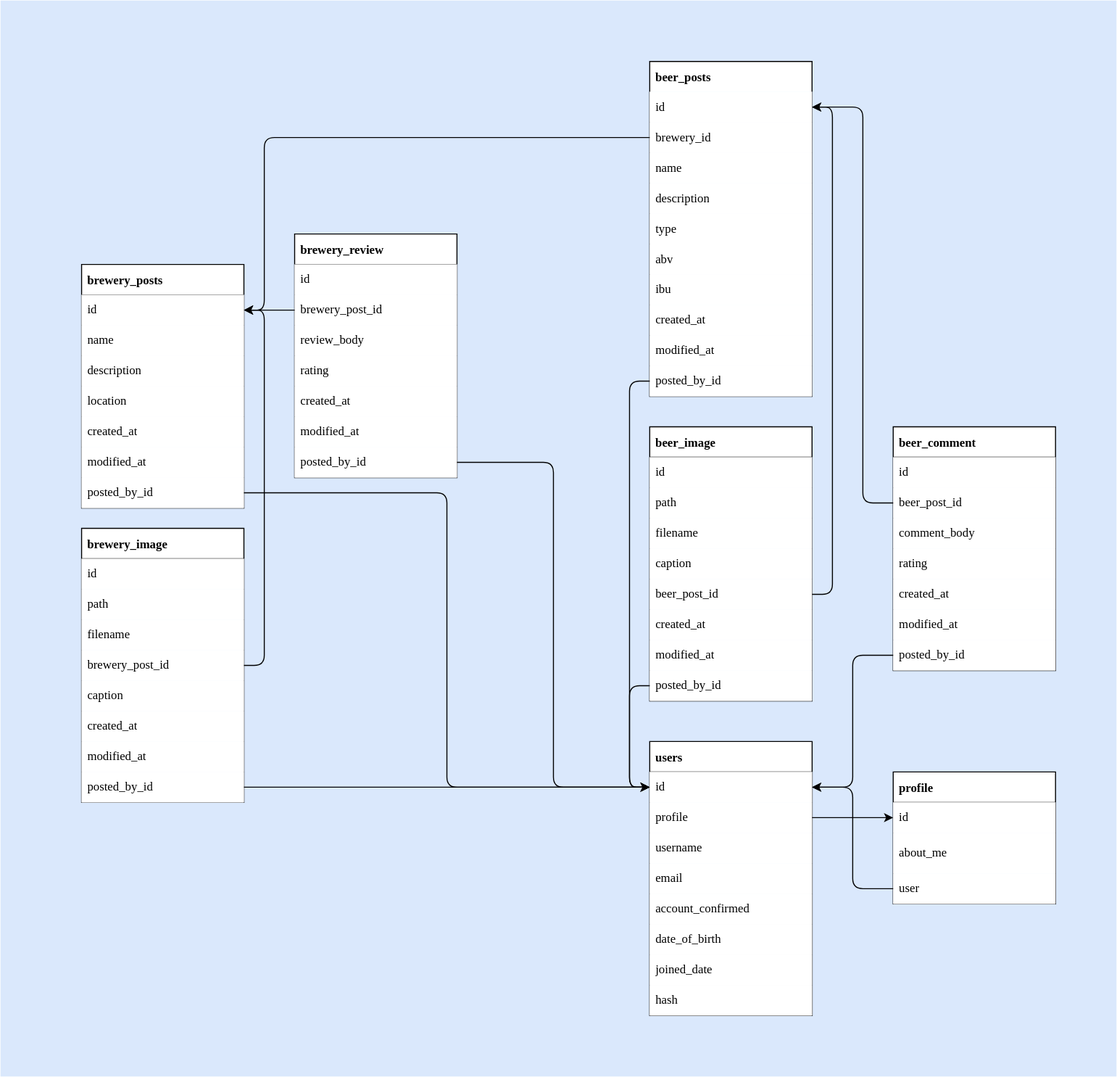
aaronpo97/biergarten-api keeps this draw.io diagram as documentationAssets/biergarten_schema.drawio.svg. Above is the earlier version. Source tidied: cells renumbered, new cells last; positions are measured from the earlier drawing's top-left corner, leaving out a move shared by most shapes.
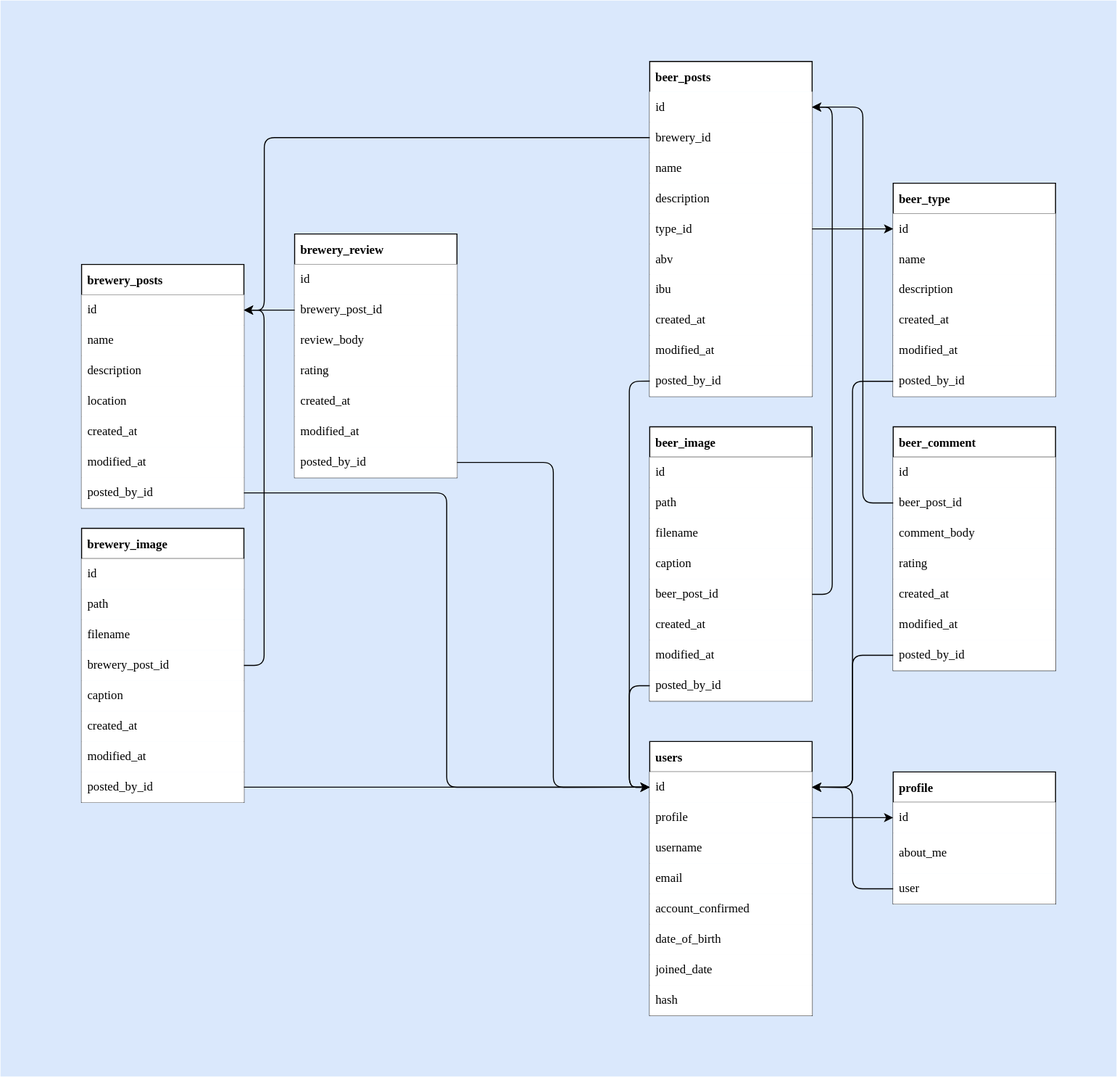
Later version of the same file.

What changed in the source:
```diff
@@ -6,64 +6,64 @@
       <mxGeometry width="1100" height="1060" as="geometry" />
     </mxCell>
     <mxCell id="3" value="beer_posts" style="shape=table;startSize=30;rowLines=0;fontStyle=1;align=left;verticalAlign=middle;spacingLeft=4;fontFamily=Tahoma;swimlaneLine=0;shadow=0;rounded=0;fillColor=default;strokeColor=default;sketch=0;" parent="1" vertex="1">
-      <mxGeometry x="639.9" y="60" width="160" height="330" as="geometry" />
+      <mxGeometry x="639.9" y="60" width="160.1" height="330" as="geometry" />
     </mxCell>
     <mxCell id="4" style="shape=tableRow;horizontal=0;startSize=0;swimlaneHead=0;swimlaneBody=0;top=0;left=0;bottom=0;right=0;align=left;verticalAlign=middle;spacingLeft=4;fontFamily=Tahoma;swimlaneLine=0;" parent="3" vertex="1">
-      <mxGeometry y="30" width="160" height="30" as="geometry" />
+      <mxGeometry y="30" width="160.1" height="30" as="geometry" />
     </mxCell>
     <mxCell id="5" value="id" style="shape=partialRectangle;html=1;whiteSpace=wrap;top=0;left=0;bottom=0;right=0;align=left;spacingLeft=4;overflow=hidden;verticalAlign=middle;fontFamily=Tahoma;strokeColor=none;" parent="4" vertex="1">
       <mxGeometry width="160" height="30" as="geometry" />
     </mxCell>
     <mxCell id="6" style="shape=tableRow;horizontal=0;startSize=0;swimlaneHead=0;swimlaneBody=0;top=0;left=0;bottom=0;right=0;align=left;verticalAlign=middle;spacingLeft=4;fontFamily=Tahoma;" parent="3" vertex="1">
-      <mxGeometry y="60" width="160" height="30" as="geometry" />
+      <mxGeometry y="60" width="160.1" height="30" as="geometry" />
     </mxCell>
     <mxCell id="7" value="brewery_id" style="shape=partialRectangle;html=1;whiteSpace=wrap;top=0;left=0;bottom=0;right=0;align=left;spacingLeft=4;overflow=hidden;verticalAlign=middle;fontFamily=Tahoma;strokeColor=default;" parent="6" vertex="1">
       <mxGeometry width="160" height="30" as="geometry" />
     </mxCell>
     <mxCell id="8" style="shape=tableRow;horizontal=0;startSize=0;swimlaneHead=0;swimlaneBody=0;top=0;left=0;bottom=0;right=0;align=left;verticalAlign=middle;spacingLeft=4;fontFamily=Tahoma;" parent="3" vertex="1">
-      <mxGeometry y="90" width="160" height="30" as="geometry" />
+      <mxGeometry y="90" width="160.1" height="30" as="geometry" />
     </mxCell>
     <mxCell id="9" value="name" style="shape=partialRectangle;html=1;whiteSpace=wrap;top=0;left=0;bottom=0;right=0;align=left;spacingLeft=4;overflow=hidden;verticalAlign=middle;fontFamily=Tahoma;strokeColor=none;" parent="8" vertex="1">
       <mxGeometry width="160" height="30" as="geometry" />
     </mxCell>
     <mxCell id="10" style="shape=tableRow;horizontal=0;startSize=0;swimlaneHead=0;swimlaneBody=0;top=0;left=0;bottom=0;right=0;align=left;verticalAlign=middle;spacingLeft=4;fontFamily=Tahoma;" parent="3" vertex="1">
-      <mxGeometry y="120" width="160" height="30" as="geometry" />
+      <mxGeometry y="120" width="160.1" height="30" as="geometry" />
     </mxCell>
     <mxCell id="11" value="description" style="shape=partialRectangle;html=1;whiteSpace=wrap;top=0;left=0;bottom=0;right=0;align=left;spacingLeft=4;overflow=hidden;verticalAlign=middle;fontFamily=Tahoma;strokeColor=none;" parent="10" vertex="1">
       <mxGeometry width="160" height="30" as="geometry" />
     </mxCell>
     <mxCell id="12" style="shape=tableRow;horizontal=0;startSize=0;swimlaneHead=0;swimlaneBody=0;top=0;left=0;bottom=0;right=0;align=left;verticalAlign=middle;spacingLeft=4;fontFamily=Tahoma;" parent="3" vertex="1">
-      <mxGeometry y="150" width="160" height="30" as="geometry" />
+      <mxGeometry y="150" width="160.1" height="30" as="geometry" />
     </mxCell>
-    <mxCell id="13" value="type" style="shape=partialRectangle;html=1;whiteSpace=wrap;top=0;left=0;bottom=0;right=0;align=left;spacingLeft=4;overflow=hidden;verticalAlign=middle;fontFamily=Tahoma;strokeColor=none;" parent="12" vertex="1">
+    <mxCell id="13" value="type_id" style="shape=partialRectangle;html=1;whiteSpace=wrap;top=0;left=0;bottom=0;right=0;align=left;spacingLeft=4;overflow=hidden;verticalAlign=middle;fontFamily=Tahoma;strokeColor=none;" parent="12" vertex="1">
       <mxGeometry width="160" height="30" as="geometry" />
     </mxCell>
     <mxCell id="14" style="shape=tableRow;horizontal=0;startSize=0;swimlaneHead=0;swimlaneBody=0;top=0;left=0;bottom=0;right=0;align=left;verticalAlign=middle;spacingLeft=4;fontFamily=Tahoma;" parent="3" vertex="1">
-      <mxGeometry y="180" width="160" height="30" as="geometry" />
+      <mxGeometry y="180" width="160.1" height="30" as="geometry" />
     </mxCell>
     <mxCell id="15" value="abv" style="shape=partialRectangle;html=1;whiteSpace=wrap;top=0;left=0;bottom=0;right=0;align=left;spacingLeft=4;overflow=hidden;verticalAlign=middle;fontFamily=Tahoma;strokeColor=none;" parent="14" vertex="1">
       <mxGeometry width="160" height="30" as="geometry" />
     </mxCell>
     <mxCell id="16" style="shape=tableRow;horizontal=0;startSize=0;swimlaneHead=0;swimlaneBody=0;top=0;left=0;bottom=0;right=0;align=left;verticalAlign=middle;spacingLeft=4;fontFamily=Tahoma;" parent="3" vertex="1">
-      <mxGeometry y="210" width="160" height="30" as="geometry" />
+      <mxGeometry y="210" width="160.1" height="30" as="geometry" />
     </mxCell>
     <mxCell id="17" value="ibu" style="shape=partialRectangle;html=1;whiteSpace=wrap;top=0;left=0;bottom=0;right=0;align=left;spacingLeft=4;overflow=hidden;verticalAlign=middle;fontFamily=Tahoma;strokeColor=none;" parent="16" vertex="1">
       <mxGeometry width="160" height="30" as="geometry" />
     </mxCell>
     <mxCell id="18" style="shape=tableRow;horizontal=0;startSize=0;swimlaneHead=0;swimlaneBody=0;top=0;left=0;bottom=0;right=0;align=left;verticalAlign=middle;spacingLeft=4;fontFamily=Tahoma;" parent="3" vertex="1">
-      <mxGeometry y="240" width="160" height="30" as="geometry" />
+      <mxGeometry y="240" width="160.1" height="30" as="geometry" />
     </mxCell>
     <mxCell id="19" value="created_at" style="shape=partialRectangle;html=1;whiteSpace=wrap;top=0;left=0;bottom=0;right=0;align=left;spacingLeft=4;overflow=hidden;verticalAlign=middle;fontFamily=Tahoma;strokeColor=none;" parent="18" vertex="1">
       <mxGeometry width="160" height="30" as="geometry" />
     </mxCell>
     <mxCell id="20" style="shape=tableRow;horizontal=0;startSize=0;swimlaneHead=0;swimlaneBody=0;top=0;left=0;bottom=0;right=0;align=left;verticalAlign=middle;spacingLeft=4;fontFamily=Tahoma;" parent="3" vertex="1">
-      <mxGeometry y="270" width="160" height="30" as="geometry" />
+      <mxGeometry y="270" width="160.1" height="30" as="geometry" />
     </mxCell>
     <mxCell id="21" value="modified_at" style="shape=partialRectangle;html=1;whiteSpace=wrap;top=0;left=0;bottom=0;right=0;align=left;spacingLeft=4;overflow=hidden;verticalAlign=middle;fontFamily=Tahoma;strokeColor=none;sketch=0;" parent="20" vertex="1">
       <mxGeometry width="160" height="30" as="geometry" />
     </mxCell>
     <mxCell id="22" style="shape=tableRow;horizontal=0;startSize=0;swimlaneHead=0;swimlaneBody=0;top=0;left=0;bottom=0;right=0;align=left;verticalAlign=middle;spacingLeft=4;fontFamily=Tahoma;" parent="3" vertex="1">
-      <mxGeometry y="300" width="160" height="30" as="geometry" />
+      <mxGeometry y="300" width="160.1" height="30" as="geometry" />
     </mxCell>
     <mxCell id="23" value="posted_by_id" style="shape=partialRectangle;html=1;whiteSpace=wrap;top=0;left=0;bottom=0;right=0;align=left;spacingLeft=4;overflow=hidden;verticalAlign=middle;fontFamily=Tahoma;" parent="22" vertex="1">
       <mxGeometry width="160" height="30" as="geometry" />
@@ -429,5 +429,50 @@
     <mxCell id="140" style="edgeStyle=orthogonalEdgeStyle;rounded=1;jettySize=auto;html=1;entryX=0;entryY=0.5;entryDx=0;entryDy=0;" parent="1" edge="1" source="28" target="59">
       <mxGeometry relative="1" as="geometry" />
     </mxCell>
+    <mxCell id="141" value="beer_type" style="shape=table;startSize=30;rowLines=0;fontStyle=1;align=left;verticalAlign=middle;spacingLeft=4;fontFamily=Tahoma;" parent="1" vertex="1">
+      <mxGeometry x="879.9" y="180" width="160" height="210" as="geometry" />
+    </mxCell>
+    <mxCell id="142" style="shape=tableRow;horizontal=0;startSize=0;swimlaneHead=0;swimlaneBody=0;top=0;left=0;bottom=0;right=0;align=left;verticalAlign=middle;spacingLeft=4;fontFamily=Tahoma;" parent="141" vertex="1">
+      <mxGeometry y="30" width="160" height="30" as="geometry" />
+    </mxCell>
+    <mxCell id="143" value="id" style="shape=partialRectangle;html=1;whiteSpace=wrap;top=0;left=0;bottom=0;right=0;align=left;spacingLeft=4;overflow=hidden;verticalAlign=middle;fontFamily=Tahoma;" parent="142" vertex="1">
+      <mxGeometry width="160" height="30" as="geometry" />
+    </mxCell>
+    <mxCell id="144" style="shape=tableRow;horizontal=0;startSize=0;swimlaneHead=0;swimlaneBody=0;top=0;left=0;bottom=0;right=0;align=left;verticalAlign=middle;spacingLeft=4;fontFamily=Tahoma;" parent="141" vertex="1">
+      <mxGeometry y="60" width="160" height="30" as="geometry" />
+    </mxCell>
+    <mxCell id="145" value="name" style="shape=partialRectangle;html=1;whiteSpace=wrap;top=0;left=0;bottom=0;right=0;align=left;spacingLeft=4;overflow=hidden;verticalAlign=middle;fontFamily=Tahoma;" parent="144" vertex="1">
+      <mxGeometry width="160" height="30" as="geometry" />
+    </mxCell>
+    <mxCell id="146" style="shape=tableRow;horizontal=0;startSize=0;swimlaneHead=0;swimlaneBody=0;top=0;left=0;bottom=0;right=0;align=left;verticalAlign=middle;spacingLeft=4;fontFamily=Tahoma;" parent="141" vertex="1">
+      <mxGeometry y="90" width="160" height="30" as="geometry" />
+    </mxCell>
+    <mxCell id="147" value="description" style="shape=partialRectangle;html=1;whiteSpace=wrap;top=0;left=0;bottom=0;right=0;align=left;spacingLeft=4;overflow=hidden;verticalAlign=middle;fontFamily=Tahoma;" parent="146" vertex="1">
+      <mxGeometry width="160" height="30" as="geometry" />
+    </mxCell>
+    <mxCell id="148" style="shape=tableRow;horizontal=0;startSize=0;swimlaneHead=0;swimlaneBody=0;top=0;left=0;bottom=0;right=0;align=left;verticalAlign=middle;spacingLeft=4;fontFamily=Tahoma;" parent="141" vertex="1">
+      <mxGeometry y="120" width="160" height="30" as="geometry" />
+    </mxCell>
+    <mxCell id="149" value="created_at" style="shape=partialRectangle;html=1;whiteSpace=wrap;top=0;left=0;bottom=0;right=0;align=left;spacingLeft=4;overflow=hidden;verticalAlign=middle;fontFamily=Tahoma;" parent="148" vertex="1">
+      <mxGeometry width="160" height="30" as="geometry" />
+    </mxCell>
+    <mxCell id="150" style="shape=tableRow;horizontal=0;startSize=0;swimlaneHead=0;swimlaneBody=0;top=0;left=0;bottom=0;right=0;align=left;verticalAlign=middle;spacingLeft=4;fontFamily=Tahoma;" parent="141" vertex="1">
+      <mxGeometry y="150" width="160" height="30" as="geometry" />
+    </mxCell>
+    <mxCell id="151" value="modified_at" style="shape=partialRectangle;html=1;whiteSpace=wrap;top=0;left=0;bottom=0;right=0;align=left;spacingLeft=4;overflow=hidden;verticalAlign=middle;fontFamily=Tahoma;" parent="150" vertex="1">
+      <mxGeometry width="160" height="30" as="geometry" />
+    </mxCell>
+    <mxCell id="152" style="shape=tableRow;horizontal=0;startSize=0;swimlaneHead=0;swimlaneBody=0;top=0;left=0;bottom=0;right=0;align=left;verticalAlign=middle;spacingLeft=4;fontFamily=Tahoma;" parent="141" vertex="1">
+      <mxGeometry y="180" width="160" height="30" as="geometry" />
+    </mxCell>
+    <mxCell id="153" value="posted_by_id" style="shape=partialRectangle;html=1;whiteSpace=wrap;top=0;left=0;bottom=0;right=0;align=left;spacingLeft=4;overflow=hidden;verticalAlign=middle;fontFamily=Tahoma;" parent="152" vertex="1">
+      <mxGeometry width="160" height="30" as="geometry" />
+    </mxCell>
+    <mxCell id="154" style="edgeStyle=orthogonalEdgeStyle;rounded=0;jettySize=auto;html=1;entryX=0;entryY=0.5;entryDx=0;entryDy=0;" parent="1" edge="1" source="13" target="143">
+      <mxGeometry relative="1" as="geometry" />
+    </mxCell>
+    <mxCell id="155" style="edgeStyle=orthogonalEdgeStyle;rounded=1;jettySize=auto;html=1;entryX=1;entryY=0.5;entryDx=0;entryDy=0;strokeColor=default;" parent="1" edge="1" source="153" target="26">
+      <mxGeometry relative="1" as="geometry" />
+    </mxCell>
   </root>
 </mxGraphModel>
```
